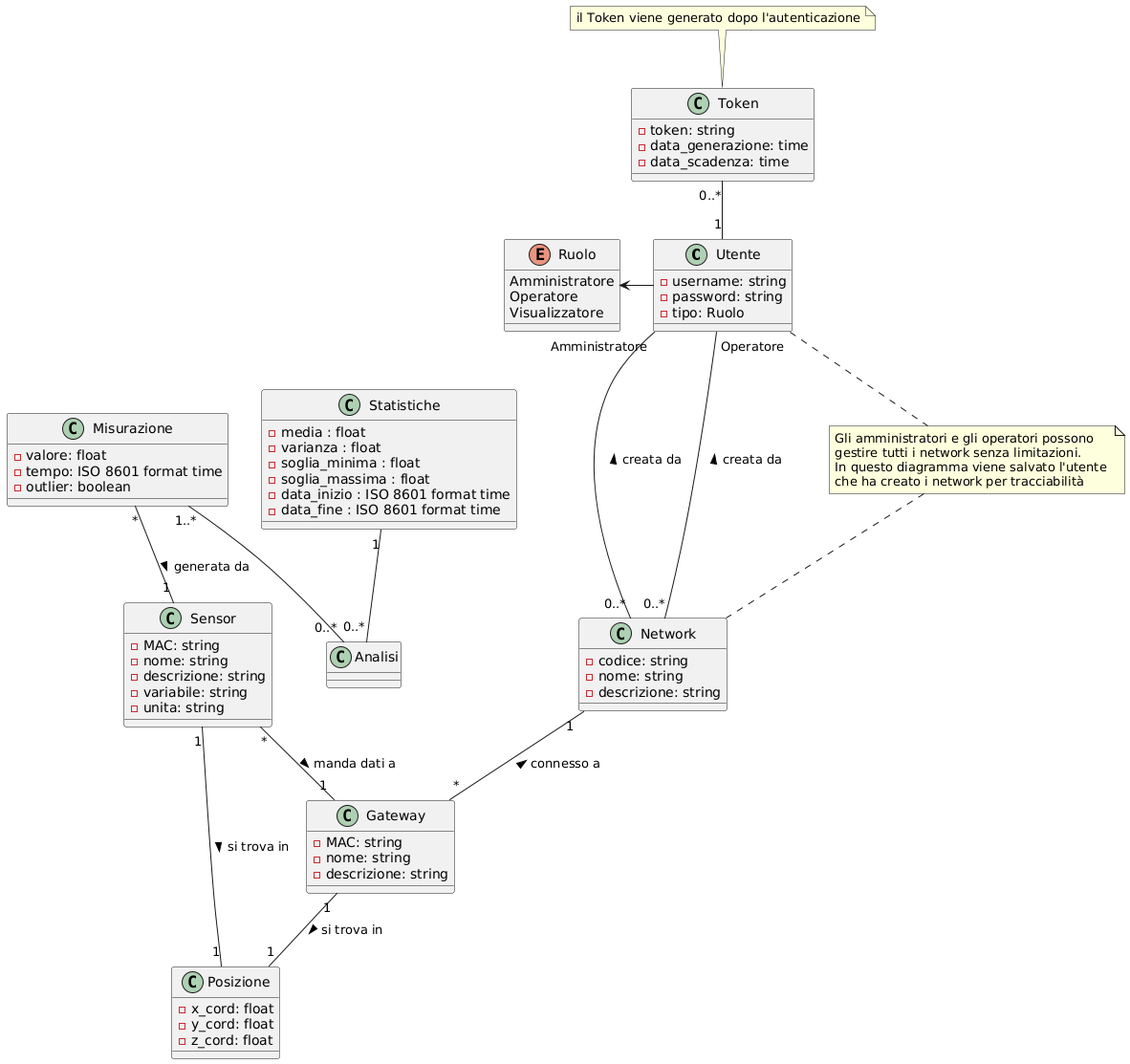
Above: risorse/class-diagram.png in KleZeqaj/GeoControl (PlantUML), before the change.
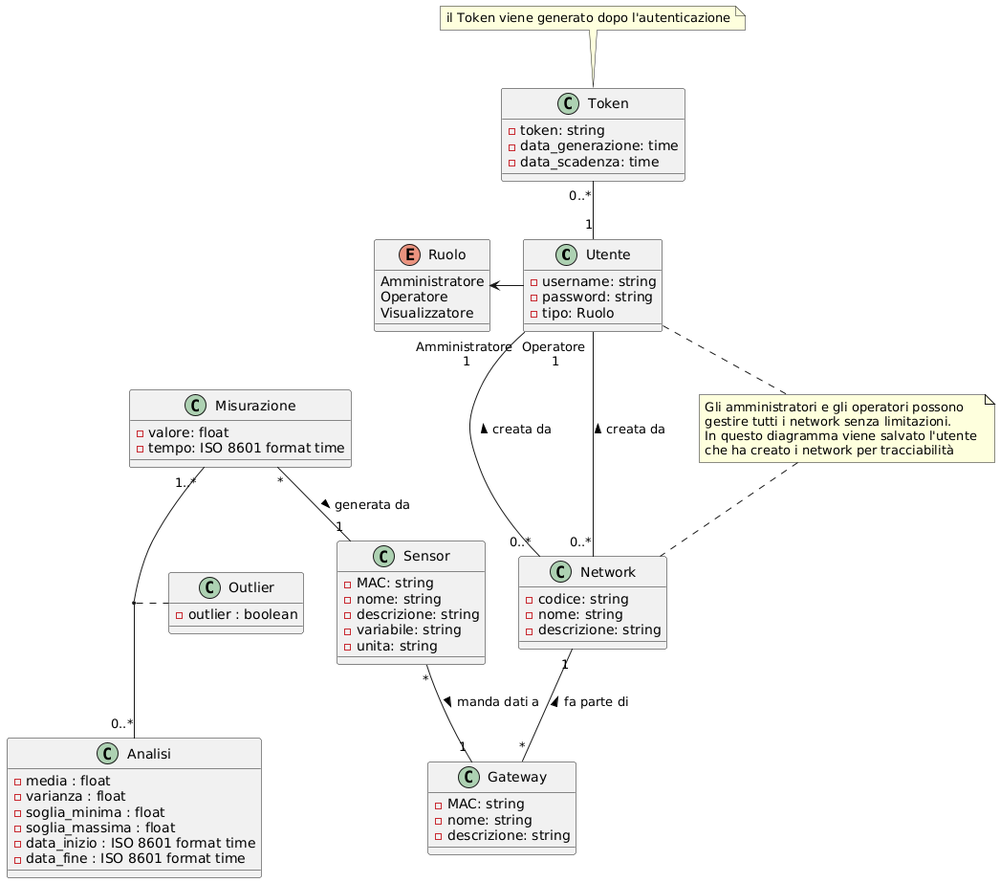
After the change.

Commit message:
[req]: Aggiornato class diagram, modificato Time Sheet

Diff of the diagram source:
```diff
@@ -42,41 +42,35 @@
 class Misurazione {
   - valore: float
   - tempo: ISO 8601 format time
-  - outlier: boolean
 }
 
-class Posizione {
-  - x_cord: float
-  - y_cord: float
-  - z_cord: float
-}
 
-class Statistiche {
+class Analisi{
   - media : float
   - varianza : float
   - soglia_minima : float
   - soglia_massima : float
   - data_inizio : ISO 8601 format time
   - data_fine : ISO 8601 format time
+
 }
 
-class Analisi {
+class Outlier {
+  - outlier : boolean
+}
 
-}
 
 note "Gli amministratori e gli operatori possono \ngestire tutti i network senza limitazioni. \nIn questo diagramma viene salvato l'utente \nche ha creato i network per tracciabilità" as N1
 
 Token "0..*" -- "1" Utente
-Utente "Amministratore" -- "0..*" Network : creata da <
-Utente "Operatore" -- "0..*" Network : creata da <
-Network "1" -- "*" Gateway : connesso a <
+Utente "Amministratore \n1" -- "0..*" Network : creata da <
+Utente "Operatore \n1" -- "0..*" Network : creata da <
+Network "1" -- "*" Gateway : fa parte di <
 Sensor "*" -- "1" Gateway : manda dati a >
-Gateway "1" -- "1" Posizione: si trova in >
-Sensor "1" -- "1" Posizione: si trova in >
 Misurazione "*" -- "1" Sensor : generata da >
 Ruolo <- Utente
 Misurazione "1..*" -- "0..*" Analisi
-Statistiche "1" -- "0..*" Analisi
+(Analisi, Misurazione) .. Outlier
 Utente .. N1
 N1 .. Network
 @enduml
```
